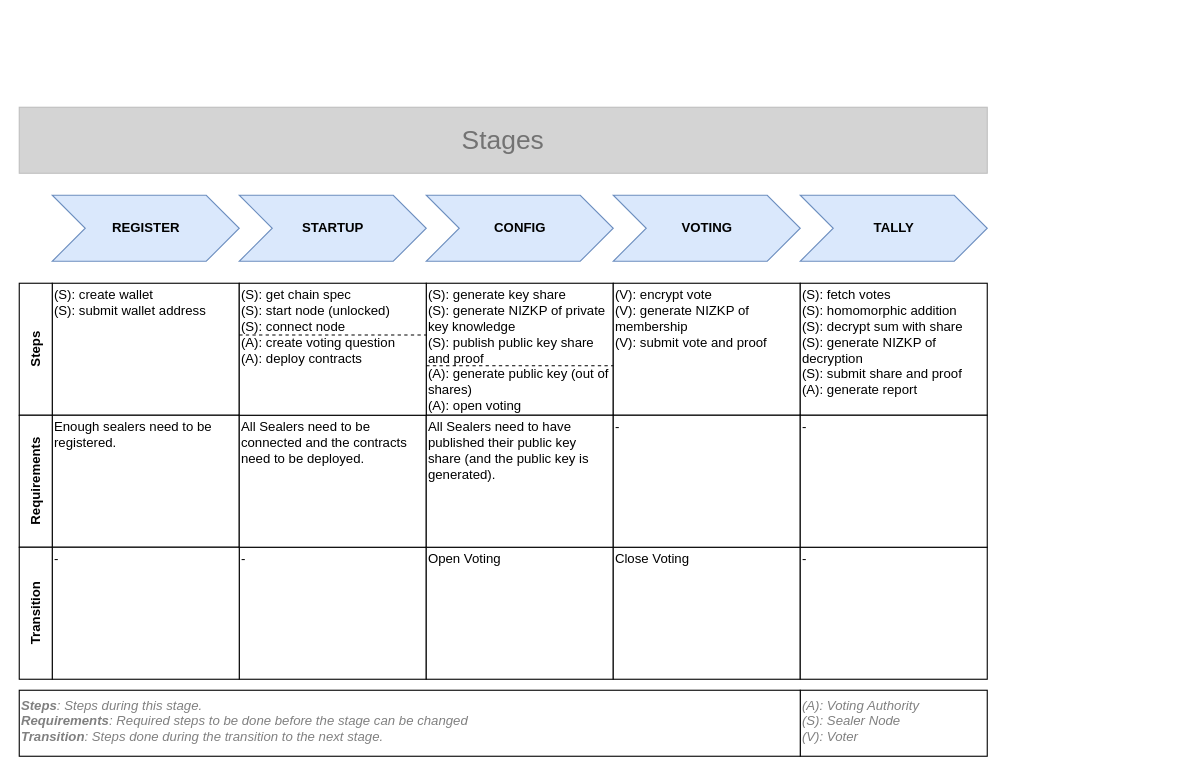
This is voting-authority/backend/assets/stages.drawio from alexscheitlin/master-project-evoting, a draw.io file, before an edit. Source tidied: cells renumbered, new cells numbered last; positions are measured from the earlier drawing's top-left corner, leaving out a move shared by most shapes. Both pictures are drawn from the tidied source at 110%, with x=0, y=0 at pixel (19, 107).
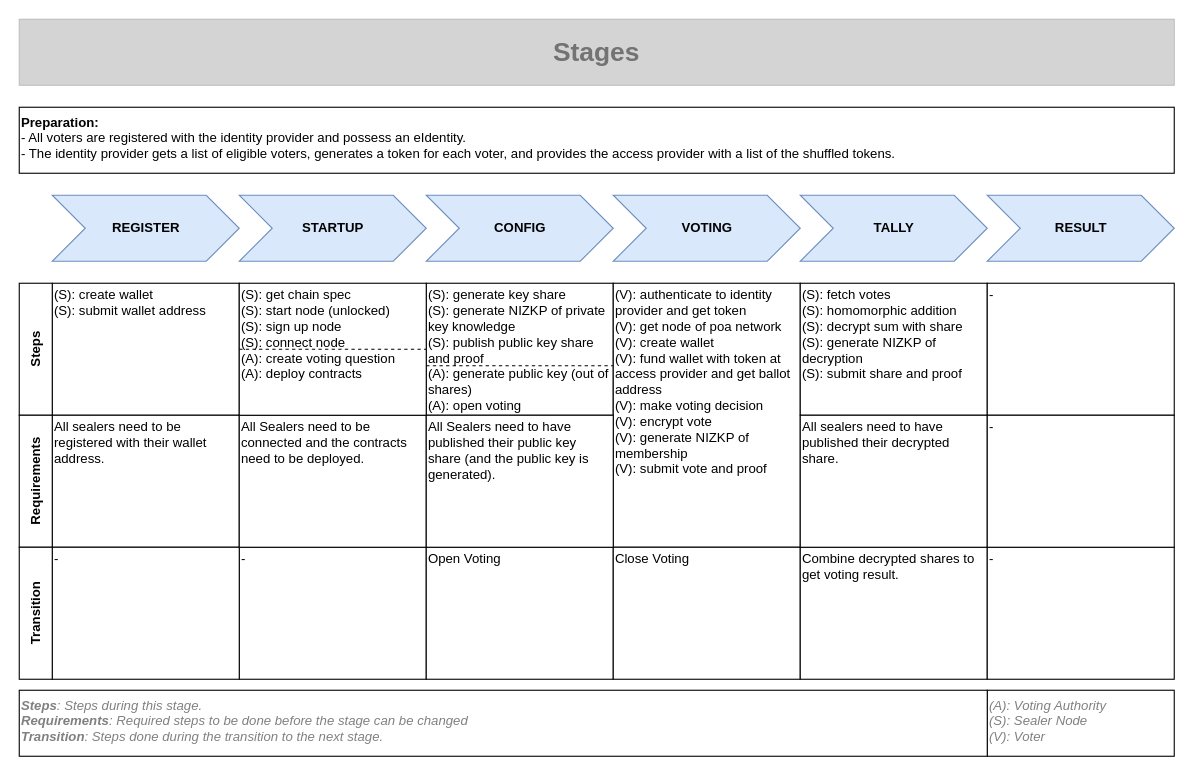
The same page after the edit.

Commit message (it also covers changes not shown here):
vote-auth-be - update stage visualization with newest stages

The edit, as a diff of the source:
```diff
@@
-    <mxCell id="7" value="Stages" style="rounded=0;whiteSpace=wrap;html=1;labelBackgroundColor=none;strokeColor=#BFBFBF;strokeWidth=1;fillColor=#D4D4D4;gradientColor=none;fontSize=24;fontColor=#737373;align=center;perimeterSpacing=0;comic=0;glass=0;shadow=0;" parent="1" vertex="1">
-      <mxGeometry width="880" height="60" as="geometry" />
+    <mxCell id="7" value="Stages" style="rounded=0;whiteSpace=wrap;html=1;labelBackgroundColor=none;strokeColor=#BFBFBF;strokeWidth=1;fillColor=#D4D4D4;gradientColor=none;fontSize=24;fontColor=#737373;align=center;perimeterSpacing=0;comic=0;glass=0;shadow=0;fontStyle=1;" parent="1" vertex="1">
+      <mxGeometry y="-80" width="1050" height="60" as="geometry" />
     </mxCell>
@@
-    <mxCell id="10" value="&lt;div&gt;(V): encrypt vote&lt;br&gt;(V): generate NIZKP of membership&lt;/div&gt;&lt;div&gt;(V): submit vote and proof&lt;br&gt;&lt;/div&gt;&lt;div&gt;&lt;br&gt;&lt;/div&gt;&lt;div&gt;&lt;br&gt;&lt;/div&gt;" style="rounded=0;whiteSpace=wrap;html=1;align=left;verticalAlign=top;spacing=0;spacingTop=-1;spacingLeft=2;spacingRight=2;spacingBottom=2;" parent="1" vertex="1">
-      <mxGeometry x="540" y="160" width="170" height="120" as="geometry" />
+    <mxCell id="10" value="(V): authenticate to identity provider and get token&lt;div&gt;&lt;div&gt;(V): get node of poa network&lt;/div&gt;&lt;div&gt;(V): create wallet&lt;/div&gt;&lt;div&gt;(V): fund wallet with token at access provider and get ballot address&lt;/div&gt;&lt;div&gt;(V): make voting decision&lt;/div&gt;&lt;div&gt;&lt;div&gt;(V): encrypt vote&lt;br&gt;(V): generate NIZKP of membership&lt;/div&gt;(V): submit vote and proof&lt;/div&gt;&lt;/div&gt;" style="rounded=0;whiteSpace=wrap;html=1;align=left;verticalAlign=top;spacing=0;spacingTop=-1;spacingLeft=2;spacingRight=2;spacingBottom=2;" parent="1" vertex="1">
+      <mxGeometry x="540" y="160" width="170" height="240" as="geometry" />
     </mxCell>
-    <mxCell id="11" value="&lt;div&gt;(S): fetch votes&lt;/div&gt;&lt;div&gt;(S): homomorphic addition&lt;/div&gt;&lt;div&gt;(S): decrypt sum with share&lt;/div&gt;&lt;div&gt;(S): generate NIZKP of decryption&lt;br&gt;(S): submit share and proof&lt;br&gt;&lt;/div&gt;(A): generate report" style="rounded=0;whiteSpace=wrap;html=1;align=left;verticalAlign=top;spacing=0;spacingTop=-1;spacingLeft=2;spacingRight=2;spacingBottom=2;" parent="1" vertex="1">
+    <mxCell id="11" value="&lt;div&gt;(S): fetch votes&lt;/div&gt;&lt;div&gt;(S): homomorphic addition&lt;/div&gt;&lt;div&gt;(S): decrypt sum with share&lt;/div&gt;&lt;div&gt;(S): generate NIZKP of decryption&lt;br&gt;(S): submit share and proof&lt;br&gt;&lt;/div&gt;" style="rounded=0;whiteSpace=wrap;html=1;align=left;verticalAlign=top;spacing=0;spacingTop=-1;spacingLeft=2;spacingRight=2;spacingBottom=2;" parent="1" vertex="1">
       <mxGeometry x="710" y="160" width="170" height="120" as="geometry" />
     </mxCell>
-    <mxCell id="12" value="Enough sealers need to be registered." style="rounded=0;whiteSpace=wrap;html=1;align=left;verticalAlign=top;spacing=0;spacingTop=-1;spacingLeft=2;spacingRight=2;spacingBottom=2;" parent="1" vertex="1">
+    <mxCell id="12" value="All sealers need to be registered with their wallet address." style="rounded=0;whiteSpace=wrap;html=1;align=left;verticalAlign=top;spacing=0;spacingTop=-1;spacingLeft=2;spacingRight=2;spacingBottom=2;" parent="1" vertex="1">
       <mxGeometry x="30" y="280" width="170" height="120" as="geometry" />
     </mxCell>
     <mxCell id="13" value="&lt;div&gt;&lt;div&gt;(A): Voting Authority&lt;br&gt;&lt;/div&gt;&lt;/div&gt;&lt;div&gt;(S): Sealer Node&lt;/div&gt;&lt;div&gt;(V): Voter&lt;br&gt;&lt;/div&gt;" style="rounded=0;whiteSpace=wrap;html=1;align=left;verticalAlign=top;fontStyle=2;fontColor=#808080;" parent="1" vertex="1">
-      <mxGeometry x="710" y="530" width="170" height="60" as="geometry" />
+      <mxGeometry x="880" y="530" width="170" height="60" as="geometry" />
     </mxCell>
@@
-    <mxCell id="20" value="&lt;div&gt;(S): get chain spec&lt;/div&gt;&lt;div&gt;(S): start node (unlocked)&lt;br&gt;&lt;/div&gt;&lt;div&gt;(S): connect node&lt;br&gt;&lt;/div&gt;&lt;div&gt;(A): create voting question&lt;/div&gt;&lt;div&gt;(A): deploy contracts&lt;br&gt;&lt;/div&gt;" style="rounded=0;whiteSpace=wrap;html=1;align=left;verticalAlign=top;spacing=0;spacingTop=-1;spacingLeft=2;spacingRight=2;spacingBottom=2;" parent="1" vertex="1">
+    <mxCell id="20" value="&lt;div&gt;(S): get chain spec&lt;/div&gt;&lt;div&gt;(S): start node (unlocked)&lt;/div&gt;&lt;div&gt;(S): sign up node&lt;br&gt;&lt;/div&gt;&lt;div&gt;(S): connect node&lt;br&gt;&lt;/div&gt;&lt;div&gt;(A): create voting question&lt;/div&gt;&lt;div&gt;(A): deploy contracts&lt;br&gt;&lt;/div&gt;" style="rounded=0;whiteSpace=wrap;html=1;align=left;verticalAlign=top;spacing=0;spacingTop=-1;spacingLeft=2;spacingRight=2;spacingBottom=2;" parent="1" vertex="1">
       <mxGeometry x="200" y="160" width="170" height="120" as="geometry" />
     </mxCell>
     <mxCell id="21" value="&lt;div&gt;&lt;b&gt;Steps&lt;/b&gt;: Steps during this stage.&lt;/div&gt;&lt;div&gt;&lt;b&gt;Requirements&lt;/b&gt;: Required steps to be done before the stage can be changed&lt;/div&gt;&lt;div&gt;&lt;b&gt;Transition&lt;/b&gt;: Steps done during the transition to the next stage.&lt;br&gt;&lt;/div&gt;" style="rounded=0;whiteSpace=wrap;html=1;align=left;verticalAlign=top;fontStyle=2;fontColor=#808080;" parent="1" vertex="1">
-      <mxGeometry y="530" width="710" height="60" as="geometry" />
+      <mxGeometry y="530" width="880" height="60" as="geometry" />
     </mxCell>
@@
-    <mxCell id="24" value="-" style="rounded=0;whiteSpace=wrap;html=1;align=left;verticalAlign=top;spacing=0;spacingTop=-1;spacingLeft=2;spacingRight=2;spacingBottom=2;" parent="1" vertex="1">
+    <mxCell id="24" value="Combine decrypted shares to get voting result." style="rounded=0;whiteSpace=wrap;html=1;align=left;verticalAlign=top;spacing=0;spacingTop=-1;spacingLeft=2;spacingRight=2;spacingBottom=2;" parent="1" vertex="1">
       <mxGeometry x="710" y="400" width="170" height="120" as="geometry" />
     </mxCell>
@@
-    <mxCell id="26" value="-" style="rounded=0;whiteSpace=wrap;html=1;align=left;verticalAlign=top;spacing=0;spacingTop=-1;spacingLeft=2;spacingRight=2;spacingBottom=2;" parent="1" vertex="1">
-      <mxGeometry x="540" y="280" width="170" height="120" as="geometry" />
-    </mxCell>
-    <mxCell id="27" value="-" style="rounded=0;whiteSpace=wrap;html=1;align=left;verticalAlign=top;spacing=0;spacingTop=-1;spacingLeft=2;spacingRight=2;spacingBottom=2;" parent="1" vertex="1">
+    <mxCell id="27" value="All sealers need to have published their decrypted share." style="rounded=0;whiteSpace=wrap;html=1;align=left;verticalAlign=top;spacing=0;spacingTop=-1;spacingLeft=2;spacingRight=2;spacingBottom=2;" parent="1" vertex="1">
       <mxGeometry x="710" y="280" width="170" height="120" as="geometry" />
     </mxCell>
     <mxCell id="28" style="line;strokeWidth=1;html=1;dashed=1;" parent="1" vertex="1">
-      <mxGeometry x="200" y="200" width="170" height="14" as="geometry" />
+      <mxGeometry x="200" y="213" width="170" height="14" as="geometry" />
     </mxCell>
@@
+    <mxCell id="30" value="RESULT" style="html=1;shadow=0;dashed=0;align=center;verticalAlign=middle;shape=mxgraph.arrows2.arrow;dy=0;dx=30;notch=30;strokeColor=#6c8ebf;fillColor=#dae8fc;fontStyle=1;" parent="1" vertex="1">
+      <mxGeometry x="880" y="80" width="170" height="60" as="geometry" />
+    </mxCell>
+    <mxCell id="31" value="-" style="rounded=0;whiteSpace=wrap;html=1;align=left;verticalAlign=top;spacing=0;spacingTop=-1;spacingLeft=2;spacingRight=2;spacingBottom=2;" parent="1" vertex="1">
+      <mxGeometry x="880" y="160" width="170" height="120" as="geometry" />
+    </mxCell>
+    <mxCell id="32" value="-" style="rounded=0;whiteSpace=wrap;html=1;align=left;verticalAlign=top;spacing=0;spacingTop=-1;spacingLeft=2;spacingRight=2;spacingBottom=2;" parent="1" vertex="1">
+      <mxGeometry x="880" y="400" width="170" height="120" as="geometry" />
+    </mxCell>
+    <mxCell id="33" value="-" style="rounded=0;whiteSpace=wrap;html=1;align=left;verticalAlign=top;spacing=0;spacingTop=-1;spacingLeft=2;spacingRight=2;spacingBottom=2;" parent="1" vertex="1">
+      <mxGeometry x="880" y="280" width="170" height="120" as="geometry" />
+    </mxCell>
+    <mxCell id="34" value="&lt;div&gt;&lt;b&gt;Preparation:&lt;/b&gt;&lt;/div&gt;&lt;div&gt;- All voters are registered with the identity provider and possess an eIdentity.&lt;/div&gt;&lt;div&gt;- The identity provider gets a list of eligible voters, generates a token for each voter, and provides the access provider with a list of the shuffled tokens.&lt;br&gt;&lt;/div&gt;" style="rounded=0;whiteSpace=wrap;html=1;align=left;verticalAlign=top;fontStyle=0;" parent="1" vertex="1">
+      <mxGeometry width="1050" height="60" as="geometry" />
+    </mxCell>
```
